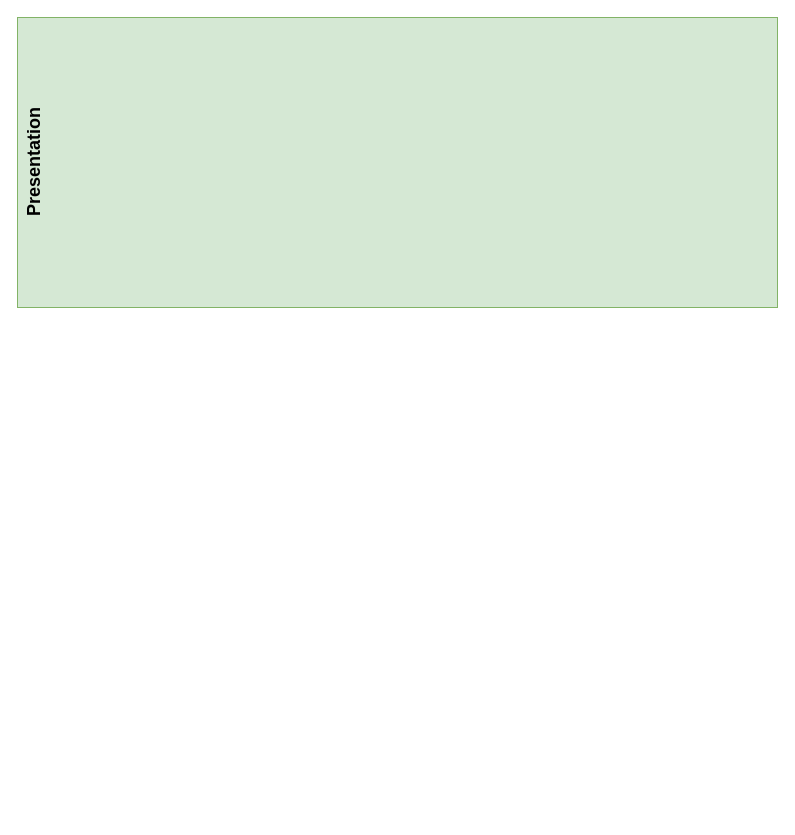
The draw.io diagram K2DBinaryWatch.drawio in K2D2021/K2DBinaryWatch, before the edit. Source tidied: cells renumbered, new cells numbered last; positions are measured from the earlier drawing's top-left corner, leaving out a move shared by most shapes. Both pictures are drawn from the tidied source at 100%, with x=0, y=0 at pixel (17, 17).
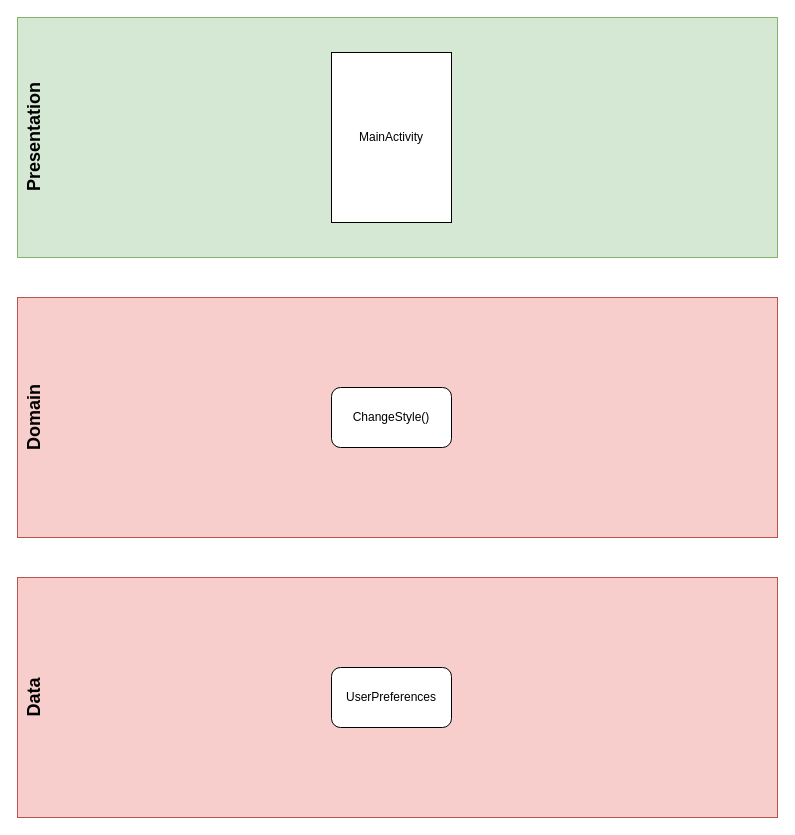
After the change.

Commit message (it also covers changes not shown here):
Complete 1 version of diagram.

The edit, as a diff of the source:
```diff
@@
 <mxGraphModel>
   <root>
     <mxCell id="0" />
     <mxCell id="1" parent="0" />
     <mxCell id="2" value="Presentation" style="rounded=0;fillColor=#d5e8d4;strokeColor=#82b366;fontStyle=1;fontSize=18;horizontal=0;align=center;labelPosition=center;verticalLabelPosition=middle;verticalAlign=top;labelBorderColor=none;fontColor=default;html=1;" parent="1" vertex="1">
-      <mxGeometry width="760" height="290" as="geometry" />
+      <mxGeometry width="760" height="240" as="geometry" />
     </mxCell>
+    <mxCell id="3" value="MainActivity" style="rounded=0;whiteSpace=wrap;html=1;" parent="1" vertex="1">
+      <mxGeometry x="314" y="35" width="120" height="170" as="geometry" />
+    </mxCell>
+    <mxCell id="4" value="Domain" style="rounded=0;whiteSpace=wrap;html=1;fillColor=#f8cecc;strokeColor=#b85450;fontSize=18;fontStyle=1;align=center;verticalAlign=top;horizontal=0;" parent="1" vertex="1">
+      <mxGeometry y="280" width="760" height="240" as="geometry" />
+    </mxCell>
+    <mxCell id="5" value="ChangeStyle()" style="rounded=1;whiteSpace=wrap;html=1;" parent="1" vertex="1">
+      <mxGeometry x="314" y="370" width="120" height="60" as="geometry" />
+    </mxCell>
+    <mxCell id="6" value="Data" style="rounded=0;whiteSpace=wrap;html=1;fillColor=#f8cecc;strokeColor=#b85450;fontSize=18;fontStyle=1;align=center;verticalAlign=top;horizontal=0;" parent="1" vertex="1">
+      <mxGeometry y="560" width="760" height="240" as="geometry" />
+    </mxCell>
+    <mxCell id="7" value="UserPreferences" style="rounded=1;whiteSpace=wrap;html=1;" parent="1" vertex="1">
+      <mxGeometry x="314" y="650" width="120" height="60" as="geometry" />
+    </mxCell>
   </root>
 </mxGraphModel>
```
